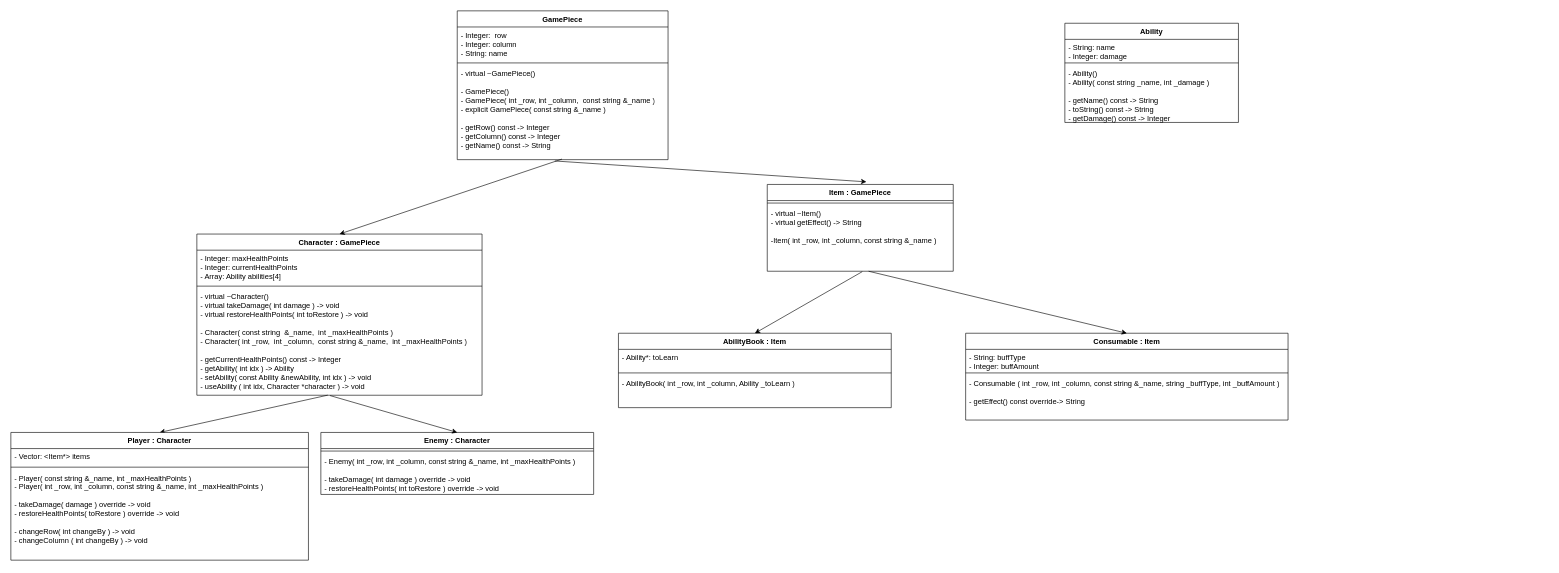
Earlier version of the draw.io diagram cli_game.drawio (klovelace21/cli_game). Source tidied: cells renumbered, new cells numbered last; positions are measured from the earlier drawing's top-left corner, leaving out a move shared by most shapes. Both pictures are drawn from the tidied source at 62%, with x=0, y=0 at pixel (11, 11).
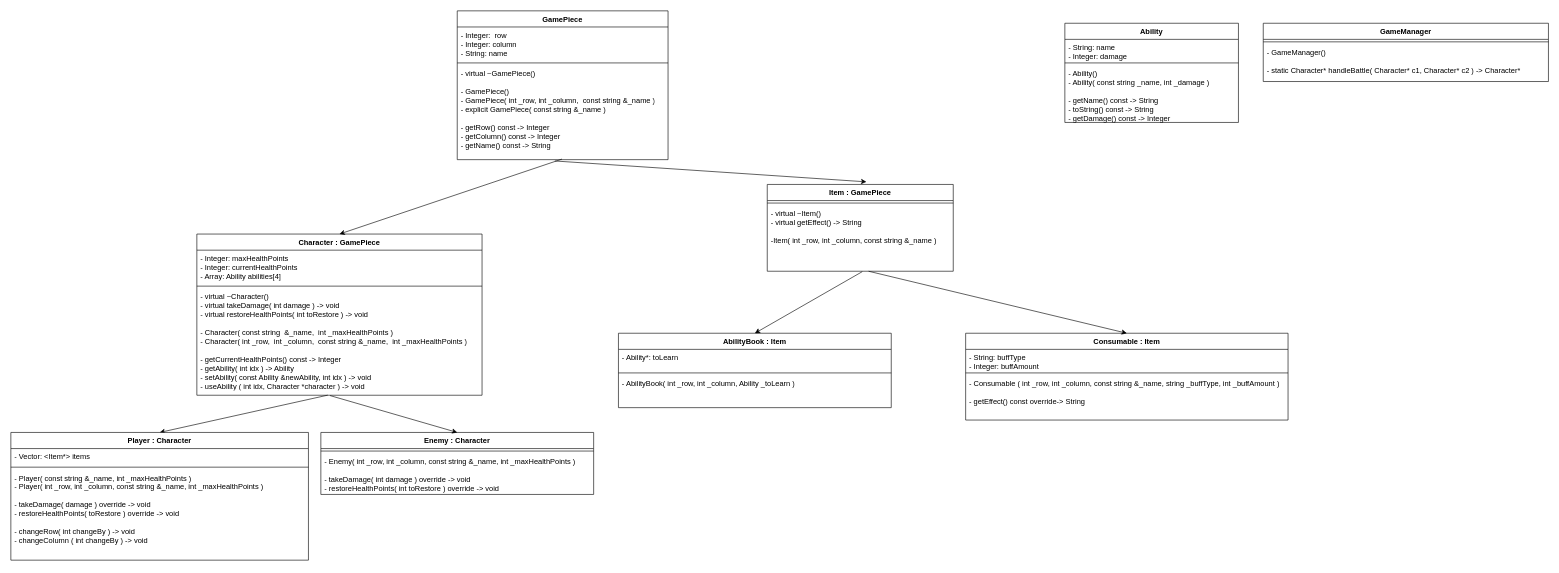
The same diagram, later.

Commit message (it also covers changes not shown here):
GameManager init

Change to the diagram source:
```diff
@@
+    <mxCell id="38" value="GameManager" style="swimlane;fontStyle=1;align=center;verticalAlign=top;horizontal=1;startSize=26;whiteSpace=wrap;html=1;" parent="1" vertex="1">
+      <mxGeometry x="2020" y="20" width="460" height="94" as="geometry" />
+    </mxCell>
+    <mxCell id="39" style="line;strokeWidth=1;fillColor=none;align=left;verticalAlign=middle;spacingTop=-1;spacingLeft=3;spacingRight=3;labelPosition=right;strokeColor=inherit;" parent="38" vertex="1">
+      <mxGeometry y="26" width="460" height="8" as="geometry" />
+    </mxCell>
+    <mxCell id="40" value="- GameManager()&lt;br&gt;&lt;br&gt;- static Character* handleBattle( Character* c1, Character* c2 ) -&amp;gt; Character*&lt;br&gt;" style="text;strokeColor=none;fillColor=none;align=left;verticalAlign=top;spacingLeft=4;spacingRight=4;overflow=hidden;whiteSpace=wrap;html=1;" parent="38" vertex="1">
+      <mxGeometry y="34" width="460" height="60" as="geometry" />
+    </mxCell>
```
